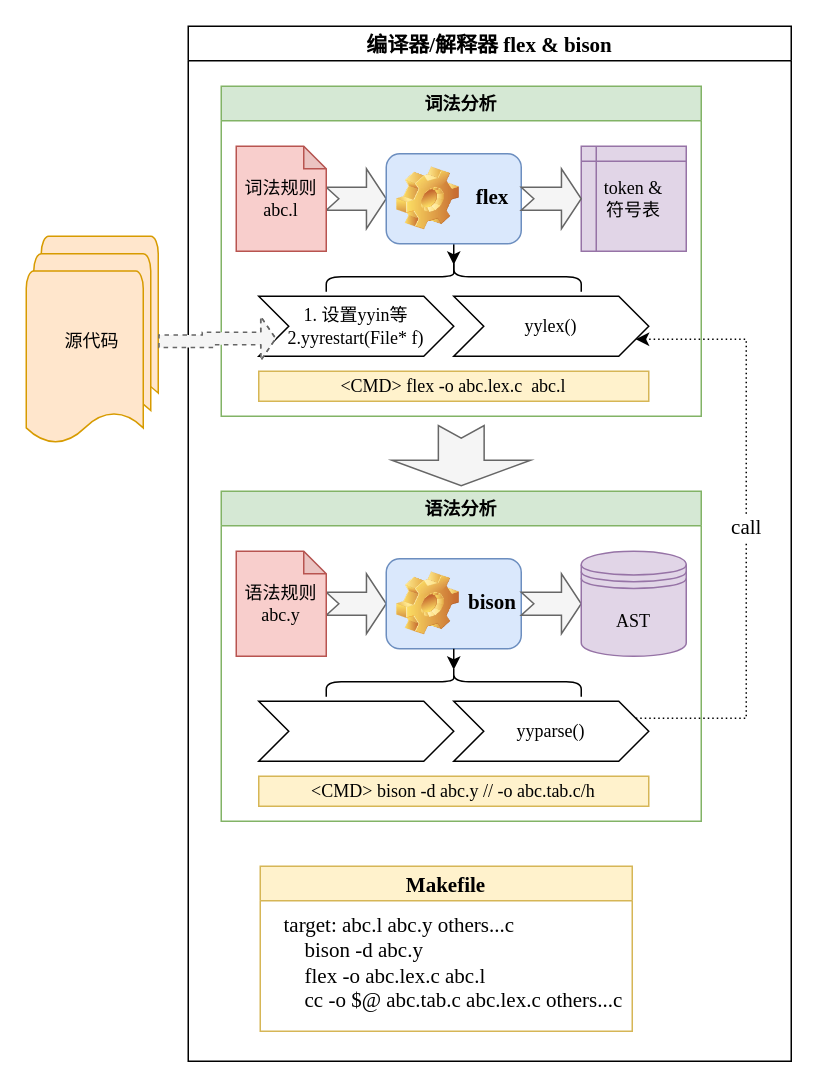
This is verilator_digrams/flex&bison.drawio from Dercury/CLDK, a draw.io file, before an edit. Source tidied: cells renumbered, new cells numbered last; positions are measured from the earlier drawing's top-left corner, leaving out a move shared by most shapes. Both pictures are drawn from the tidied source at 150%, with x=0, y=0 at pixel (26, 26).
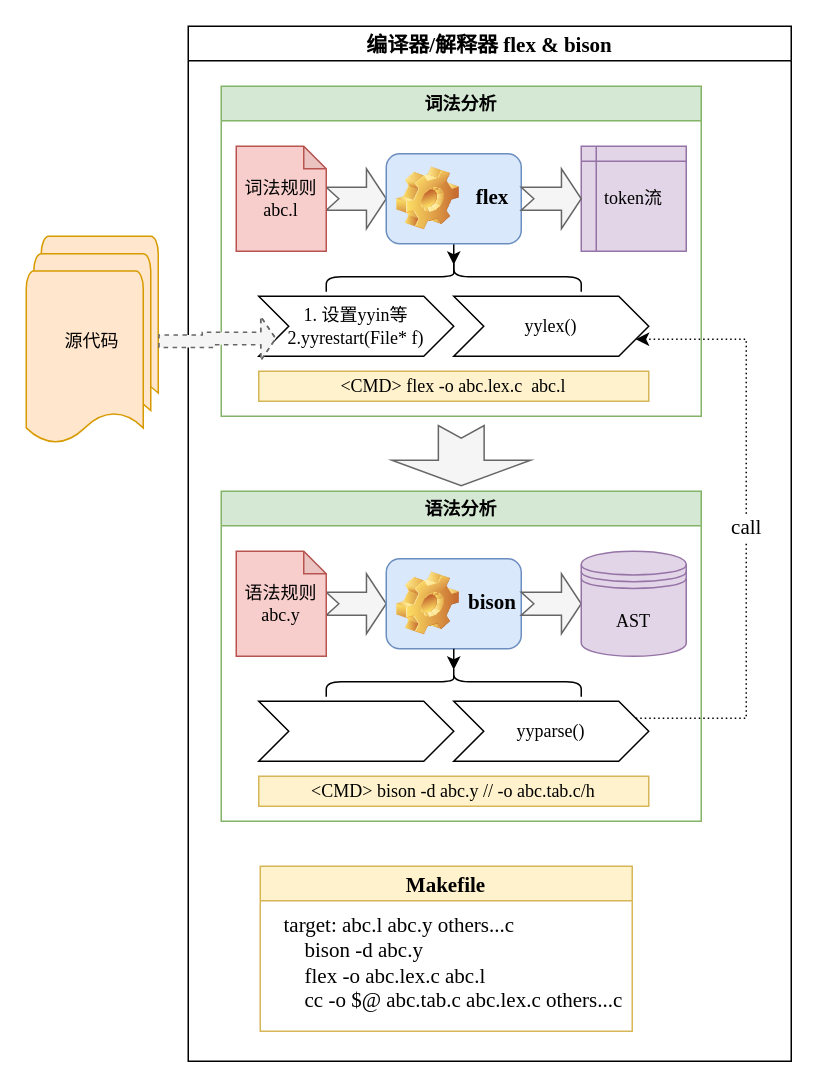
The same page after the edit.

Unchanged cells that the change refers to:
```xml
<mxCell id="4" value="词法分析" style="swimlane;fontFamily=Times New Roman;fillColor=#d5e8d4;strokeColor=#82b366;" parent="3" vertex="1">
  <mxGeometry x="22" y="40" width="320" height="220" as="geometry" />
</mxCell>
```

What changed in the source:
```diff
@@
-    <mxCell id="6" value="&lt;div&gt;token &amp;amp;&lt;br&gt;&lt;/div&gt;&lt;div&gt;符号表&lt;/div&gt;" style="shape=internalStorage;whiteSpace=wrap;html=1;backgroundOutline=1;dx=10;dy=10;fontFamily=Times New Roman;fillColor=#e1d5e7;strokeColor=#9673a6;" parent="4" vertex="1">
+    <mxCell id="6" value="&lt;div&gt;token流&lt;/div&gt;" style="shape=internalStorage;whiteSpace=wrap;html=1;backgroundOutline=1;dx=10;dy=10;fontFamily=Times New Roman;fillColor=#e1d5e7;strokeColor=#9673a6;" parent="4" vertex="1">
       <mxGeometry x="240" y="40" width="70" height="70" as="geometry" />
     </mxCell>
```
